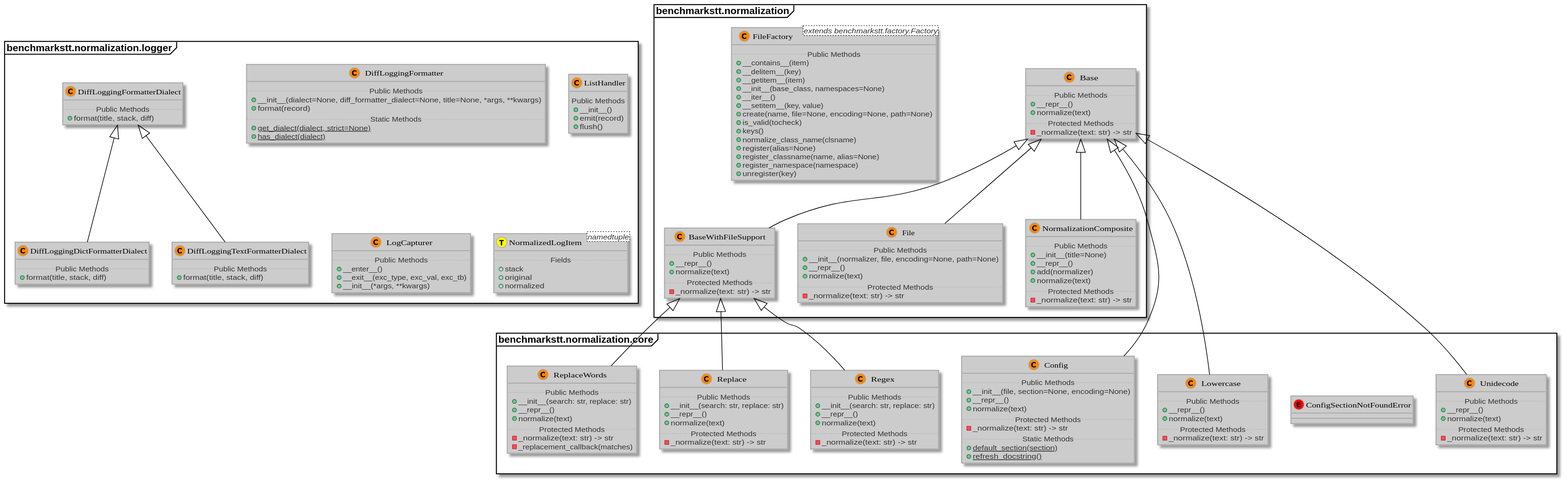
ebu/benchmarkstt keeps this PlantUML diagram as docs/_static/uml/benchmarkstt.normalization.svg. Above is the earlier version.
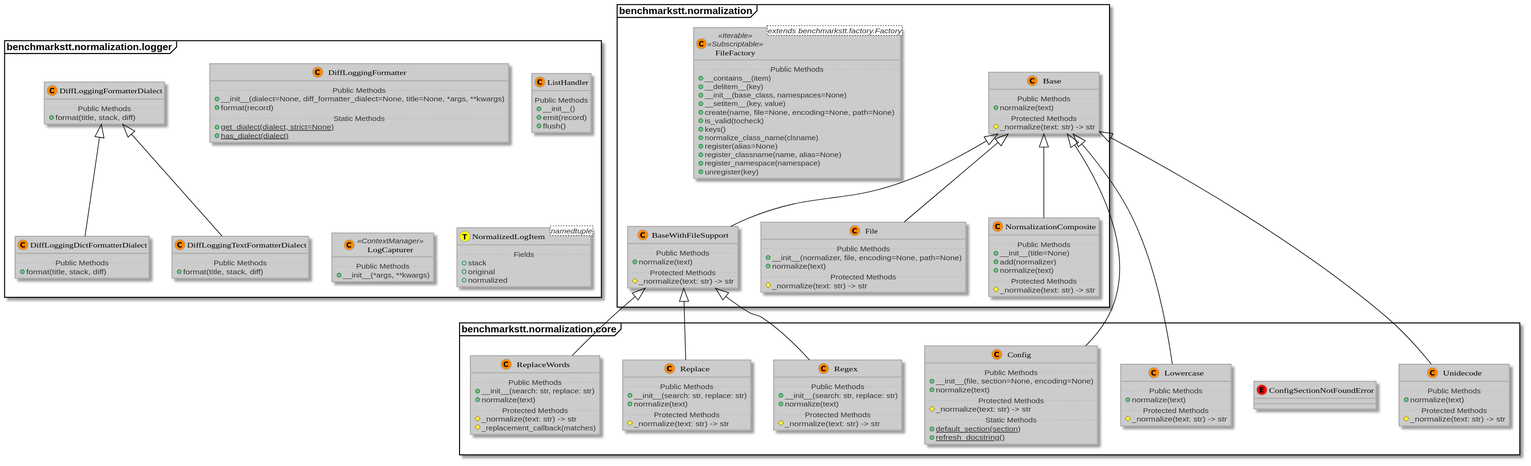
The same file after the commit.

Change to the diagram source:
```diff
@@ -5,38 +5,33 @@
 !includeurl https://raw.githubusercontent.com/Drakemor/RedDress-PlantUML/master/style.puml
 package benchmarkstt.normalization [[https://benchmarkstt.readthedocs.io/en/latest/modules/benchmarkstt.normalization.html#]] {
 
-	class benchmarkstt.normalization.Base  [[https://benchmarkstt.readthedocs.io/en/latest/modules/benchmarkstt.normalization.html#benchmarkstt.normalization.Base]] {
+	class benchmarkstt.normalization.Base   [[https://benchmarkstt.readthedocs.io/en/latest/modules/benchmarkstt.normalization.html#benchmarkstt.normalization.Base]] {
 		.. Public Methods ..
-		+__repr__()
 		+normalize(text)
 		.. Protected Methods ..
-		-_normalize(text: str) -> str
+		#_normalize(text: str) -> str
 	}
 
-	class benchmarkstt.normalization.BaseWithFileSupport  [[https://benchmarkstt.readthedocs.io/en/latest/modules/benchmarkstt.normalization.html#benchmarkstt.normalization.BaseWithFileSupport]] extends benchmarkstt.normalization.Base {
+	class benchmarkstt.normalization.BaseWithFileSupport   [[https://benchmarkstt.readthedocs.io/en/latest/modules/benchmarkstt.normalization.html#benchmarkstt.normalization.BaseWithFileSupport]] extends benchmarkstt.normalization.Base {
 		.. Public Methods ..
-		+__repr__()
 		+normalize(text)
 		.. Protected Methods ..
-		-_normalize(text: str) -> str
+		#_normalize(text: str) -> str
 	}
 
-	class benchmarkstt.normalization.File  [[https://benchmarkstt.readthedocs.io/en/latest/modules/benchmarkstt.normalization.html#benchmarkstt.normalization.File]] extends benchmarkstt.normalization.Base {
+	class benchmarkstt.normalization.File   [[https://benchmarkstt.readthedocs.io/en/latest/modules/benchmarkstt.normalization.html#benchmarkstt.normalization.File]] extends benchmarkstt.normalization.Base {
 		.. Public Methods ..
 		+__init__(normalizer, file, encoding=None, path=None)
-		+__repr__()
 		+normalize(text)
 		.. Protected Methods ..
-		-_normalize(text: str) -> str
+		#_normalize(text: str) -> str
 	}
 
-	class benchmarkstt.normalization.FileFactory<extends benchmarkstt.factory.Factory>  [[https://benchmarkstt.readthedocs.io/en/latest/modules/benchmarkstt.normalization.html#benchmarkstt.normalization.FileFactory]] {
+	class benchmarkstt.normalization.FileFactory<extends benchmarkstt.factory.Factory> << Iterable>> <<Subscriptable >>  [[https://benchmarkstt.readthedocs.io/en/latest/modules/benchmarkstt.normalization.html#benchmarkstt.normalization.FileFactory]] {
 		.. Public Methods ..
 		+__contains__(item)
 		+__delitem__(key)
-		+__getitem__(item)
 		+__init__(base_class, namespaces=None)
-		+__iter__()
 		+__setitem__(key, value)
 		+create(name, file=None, encoding=None, path=None)
 		+is_valid(tocheck)
@@ -48,87 +43,80 @@
 		+unregister(key)
 	}
 
-	class benchmarkstt.normalization.NormalizationComposite  [[https://benchmarkstt.readthedocs.io/en/latest/modules/benchmarkstt.normalization.html#benchmarkstt.normalization.NormalizationComposite]] extends benchmarkstt.normalization.Base {
+	class benchmarkstt.normalization.NormalizationComposite   [[https://benchmarkstt.readthedocs.io/en/latest/modules/benchmarkstt.normalization.html#benchmarkstt.normalization.NormalizationComposite]] extends benchmarkstt.normalization.Base {
 		.. Public Methods ..
 		+__init__(title=None)
-		+__repr__()
 		+add(normalizer)
 		+normalize(text)
 		.. Protected Methods ..
-		-_normalize(text: str) -> str
+		#_normalize(text: str) -> str
 	}
 }
 
 package benchmarkstt.normalization.core [[https://benchmarkstt.readthedocs.io/en/latest/modules/benchmarkstt.normalization.core.html#]] {
 
-	class benchmarkstt.normalization.core.Config  [[https://benchmarkstt.readthedocs.io/en/latest/modules/benchmarkstt.normalization.core.html#benchmarkstt.normalization.core.Config]] extends benchmarkstt.normalization.Base {
+	class benchmarkstt.normalization.core.Config   [[https://benchmarkstt.readthedocs.io/en/latest/modules/benchmarkstt.normalization.core.html#benchmarkstt.normalization.core.Config]] extends benchmarkstt.normalization.Base {
 		.. Public Methods ..
 		+__init__(file, section=None, encoding=None)
-		+__repr__()
 		+normalize(text)
 		.. Protected Methods ..
-		-_normalize(text: str) -> str
+		#_normalize(text: str) -> str
 		.. Static Methods ..
 		{static} +default_section(section)
 		{static} +refresh_docstring()
 	}
 
-	class benchmarkstt.normalization.core.ConfigSectionNotFoundError << (E,red) >> [[https://benchmarkstt.readthedocs.io/en/latest/modules/benchmarkstt.normalization.core.html#benchmarkstt.normalization.core.ConfigSectionNotFoundError]] {
+	class benchmarkstt.normalization.core.ConfigSectionNotFoundError  << (E,red) >> [[https://benchmarkstt.readthedocs.io/en/latest/modules/benchmarkstt.normalization.core.html#benchmarkstt.normalization.core.ConfigSectionNotFoundError]] {
 	}
 
-	class benchmarkstt.normalization.core.Lowercase  [[https://benchmarkstt.readthedocs.io/en/latest/modules/benchmarkstt.normalization.core.html#benchmarkstt.normalization.core.Lowercase]] extends benchmarkstt.normalization.Base {
+	class benchmarkstt.normalization.core.Lowercase   [[https://benchmarkstt.readthedocs.io/en/latest/modules/benchmarkstt.normalization.core.html#benchmarkstt.normalization.core.Lowercase]] extends benchmarkstt.normalization.Base {
 		.. Public Methods ..
-		+__repr__()
 		+normalize(text)
 		.. Protected Methods ..
-		-_normalize(text: str) -> str
+		#_normalize(text: str) -> str
 	}
 
-	class benchmarkstt.normalization.core.Regex  [[https://benchmarkstt.readthedocs.io/en/latest/modules/benchmarkstt.normalization.core.html#benchmarkstt.normalization.core.Regex]] extends benchmarkstt.normalization.BaseWithFileSupport {
+	class benchmarkstt.normalization.core.Regex   [[https://benchmarkstt.readthedocs.io/en/latest/modules/benchmarkstt.normalization.core.html#benchmarkstt.normalization.core.Regex]] extends benchmarkstt.normalization.BaseWithFileSupport {
 		.. Public Methods ..
 		+__init__(search: str, replace: str)
-		+__repr__()
 		+normalize(text)
 		.. Protected Methods ..
-		-_normalize(text: str) -> str
+		#_normalize(text: str) -> str
 	}
 
-	class benchmarkstt.normalization.core.Replace  [[https://benchmarkstt.readthedocs.io/en/latest/modules/benchmarkstt.normalization.core.html#benchmarkstt.normalization.core.Replace]] extends benchmarkstt.normalization.BaseWithFileSupport {
+	class benchmarkstt.normalization.core.Replace   [[https://benchmarkstt.readthedocs.io/en/latest/modules/benchmarkstt.normalization.core.html#benchmarkstt.normalization.core.Replace]] extends benchmarkstt.normalization.BaseWithFileSupport {
 		.. Public Methods ..
 		+__init__(search: str, replace: str)
-		+__repr__()
 		+normalize(text)
 		.. Protected Methods ..
-		-_normalize(text: str) -> str
+		#_normalize(text: str) -> str
 	}
 
-	class benchmarkstt.normalization.core.ReplaceWords  [[https://benchmarkstt.readthedocs.io/en/latest/modules/benchmarkstt.normalization.core.html#benchmarkstt.normalization.core.ReplaceWords]] extends benchmarkstt.normalization.BaseWithFileSupport {
+	class benchmarkstt.normalization.core.ReplaceWords   [[https://benchmarkstt.readthedocs.io/en/latest/modules/benchmarkstt.normalization.core.html#benchmarkstt.normalization.core.ReplaceWords]] extends benchmarkstt.normalization.BaseWithFileSupport {
 		.. Public Methods ..
 		+__init__(search: str, replace: str)
-		+__repr__()
 		+normalize(text)
 		.. Protected Methods ..
-		-_normalize(text: str) -> str
-		-_replacement_callback(matches)
+		#_normalize(text: str) -> str
+		#_replacement_callback(matches)
 	}
 
-	class benchmarkstt.normalization.core.Unidecode  [[https://benchmarkstt.readthedocs.io/en/latest/modules/benchmarkstt.normalization.core.html#benchmarkstt.normalization.core.Unidecode]] extends benchmarkstt.normalization.Base {
+	class benchmarkstt.normalization.core.Unidecode   [[https://benchmarkstt.readthedocs.io/en/latest/modules/benchmarkstt.normalization.core.html#benchmarkstt.normalization.core.Unidecode]] extends benchmarkstt.normalization.Base {
 		.. Public Methods ..
-		+__repr__()
 		+normalize(text)
 		.. Protected Methods ..
-		-_normalize(text: str) -> str
+		#_normalize(text: str) -> str
 	}
 }
 
 package benchmarkstt.normalization.logger [[https://benchmarkstt.readthedocs.io/en/latest/modules/benchmarkstt.normalization.logger.html#]] {
 
-	class benchmarkstt.normalization.logger.DiffLoggingDictFormatterDialect  [[https://benchmarkstt.readthedocs.io/en/latest/modules/benchmarkstt.normalization.logger.html#benchmarkstt.normalization.logger.DiffLoggingDictFormatterDialect]] extends benchmarkstt.normalization.logger.DiffLoggingFormatterDialect {
+	class benchmarkstt.normalization.logger.DiffLoggingDictFormatterDialect   [[https://benchmarkstt.readthedocs.io/en/latest/modules/benchmarkstt.normalization.logger.html#benchmarkstt.normalization.logger.DiffLoggingDictFormatterDialect]] extends benchmarkstt.normalization.logger.DiffLoggingFormatterDialect {
 		.. Public Methods ..
 		+format(title, stack, diff)
 	}
 
-	class benchmarkstt.normalization.logger.DiffLoggingFormatter  [[https://benchmarkstt.readthedocs.io/en/latest/modules/benchmarkstt.normalization.logger.html#benchmarkstt.normalization.logger.DiffLoggingFormatter]] {
+	class benchmarkstt.normalization.logger.DiffLoggingFormatter   [[https://benchmarkstt.readthedocs.io/en/latest/modules/benchmarkstt.normalization.logger.html#benchmarkstt.normalization.logger.DiffLoggingFormatter]] {
 		.. Public Methods ..
 		+__init__(dialect=None, diff_formatter_dialect=None, title=None, *args, **kwargs)
 		+format(record)
@@ -137,27 +125,25 @@
 		{static} +has_dialect(dialect)
 	}
 
-	class benchmarkstt.normalization.logger.DiffLoggingFormatterDialect  [[https://benchmarkstt.readthedocs.io/en/latest/modules/benchmarkstt.normalization.logger.html#benchmarkstt.normalization.logger.DiffLoggingFormatterDialect]] {
+	class benchmarkstt.normalization.logger.DiffLoggingFormatterDialect   [[https://benchmarkstt.readthedocs.io/en/latest/modules/benchmarkstt.normalization.logger.html#benchmarkstt.normalization.logger.DiffLoggingFormatterDialect]] {
 		.. Public Methods ..
 		+format(title, stack, diff)
 	}
 
-	class benchmarkstt.normalization.logger.DiffLoggingTextFormatterDialect  [[https://benchmarkstt.readthedocs.io/en/latest/modules/benchmarkstt.normalization.logger.html#benchmarkstt.normalization.logger.DiffLoggingTextFormatterDialect]] extends benchmarkstt.normalization.logger.DiffLoggingFormatterDialect {
+	class benchmarkstt.normalization.logger.DiffLoggingTextFormatterDialect   [[https://benchmarkstt.readthedocs.io/en/latest/modules/benchmarkstt.normalization.logger.html#benchmarkstt.normalization.logger.DiffLoggingTextFormatterDialect]] extends benchmarkstt.normalization.logger.DiffLoggingFormatterDialect {
 		.. Public Methods ..
 		+format(title, stack, diff)
 	}
 
-	class benchmarkstt.normalization.logger.ListHandler  [[https://benchmarkstt.readthedocs.io/en/latest/modules/benchmarkstt.normalization.logger.html#benchmarkstt.normalization.logger.ListHandler]] {
+	class benchmarkstt.normalization.logger.ListHandler   [[https://benchmarkstt.readthedocs.io/en/latest/modules/benchmarkstt.normalization.logger.html#benchmarkstt.normalization.logger.ListHandler]] {
 		.. Public Methods ..
 		+__init__()
 		+emit(record)
 		+flush()
 	}
 
-	class benchmarkstt.normalization.logger.LogCapturer  [[https://benchmarkstt.readthedocs.io/en/latest/modules/benchmarkstt.normalization.logger.html#benchmarkstt.normalization.logger.LogCapturer]] {
+	class benchmarkstt.normalization.logger.LogCapturer << ContextManager >>  [[https://benchmarkstt.readthedocs.io/en/latest/modules/benchmarkstt.normalization.logger.html#benchmarkstt.normalization.logger.LogCapturer]] {
 		.. Public Methods ..
-		+__enter__()
-		+__exit__(exc_type, exc_val, exc_tb)
 		+__init__(*args, **kwargs)
 	}
 
```
